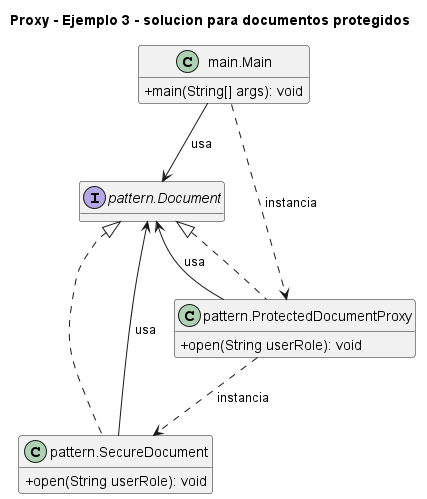
NicoCG32/Patrones-de-Software-y-Programacion-UCN keeps this PlantUML diagram as 2. Estructurales/Proxy/Ejemplo 3 - solucion para documentos protegidos/UML.png. Above is the earlier version. Source of this version:
```plantuml
@startuml
title Proxy - Ejemplo 3 - solucion para documentos protegidos
skinparam classAttributeIconSize 0
hide empty fields
class "main.Main" as main_Main {
  +main(String[] args): void
}
interface "pattern.Document" as pattern_Document {
}
class "pattern.ProtectedDocumentProxy" as pattern_ProtectedDocumentProxy {
  +open(String userRole): void
}
class "pattern.SecureDocument" as pattern_SecureDocument {
  +open(String userRole): void
}
pattern_Document <|.. pattern_ProtectedDocumentProxy
pattern_Document <|.. pattern_SecureDocument
main_Main --> pattern_Document : usa
main_Main ..> pattern_ProtectedDocumentProxy : instancia
pattern_ProtectedDocumentProxy --> pattern_Document : usa
pattern_ProtectedDocumentProxy ..> pattern_SecureDocument : instancia
pattern_SecureDocument --> pattern_Document : usa
@enduml
```
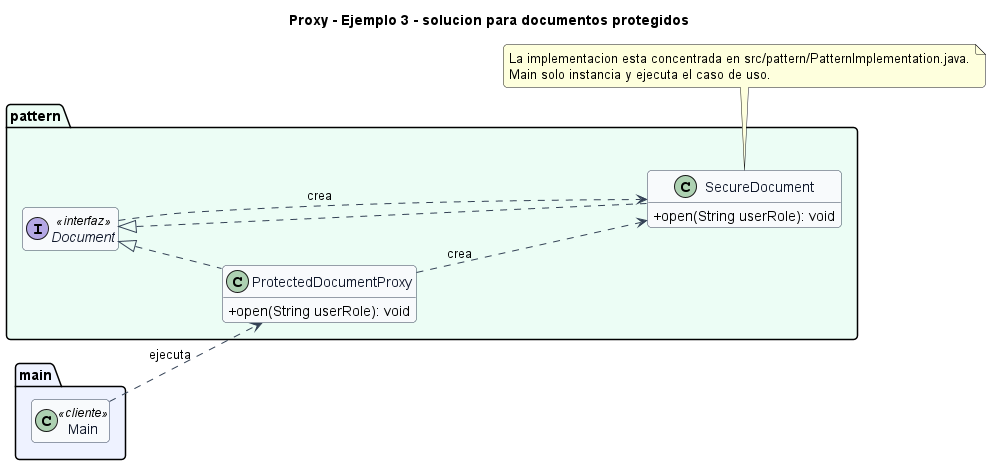
Later version of the same file.

What changed in the source:
```diff
@@ -1,23 +1,41 @@
 @startuml
 title Proxy - Ejemplo 3 - solucion para documentos protegidos
+left to right direction
+skinparam backgroundColor #FFFFFF
+skinparam shadowing false
+skinparam roundcorner 8
 skinparam classAttributeIconSize 0
-hide empty fields
-class "main.Main" as main_Main {
-  +main(String[] args): void
+skinparam class {
+  BackgroundColor #F8FAFC
+  BorderColor #334155
+  ArrowColor #334155
+  FontColor #0F172A
 }
-interface "pattern.Document" as pattern_Document {
+hide empty members
+
+package "main" #EEF2FF {
+  class Main <<cliente>>
 }
-class "pattern.ProtectedDocumentProxy" as pattern_ProtectedDocumentProxy {
-  +open(String userRole): void
+
+package "pattern" #ECFDF5 {
+  interface Document <<interfaz>> {
+  }
+  class ProtectedDocumentProxy {
+    +open(String userRole): void
+  }
+  class SecureDocument {
+    +open(String userRole): void
+  }
 }
-class "pattern.SecureDocument" as pattern_SecureDocument {
-  +open(String userRole): void
-}
-pattern_Document <|.. pattern_ProtectedDocumentProxy
-pattern_Document <|.. pattern_SecureDocument
-main_Main --> pattern_Document : usa
-main_Main ..> pattern_ProtectedDocumentProxy : instancia
-pattern_ProtectedDocumentProxy --> pattern_Document : usa
-pattern_ProtectedDocumentProxy ..> pattern_SecureDocument : instancia
-pattern_SecureDocument --> pattern_Document : usa
+
+Document <|.. ProtectedDocumentProxy
+Document <|.. SecureDocument
+Document ..> SecureDocument : crea
+ProtectedDocumentProxy ..> SecureDocument : crea
+Main ..> ProtectedDocumentProxy : ejecuta
+
+note bottom
+La implementacion esta concentrada en src/pattern/PatternImplementation.java.
+Main solo instancia y ejecuta el caso de uso.
+end note
 @enduml
```
